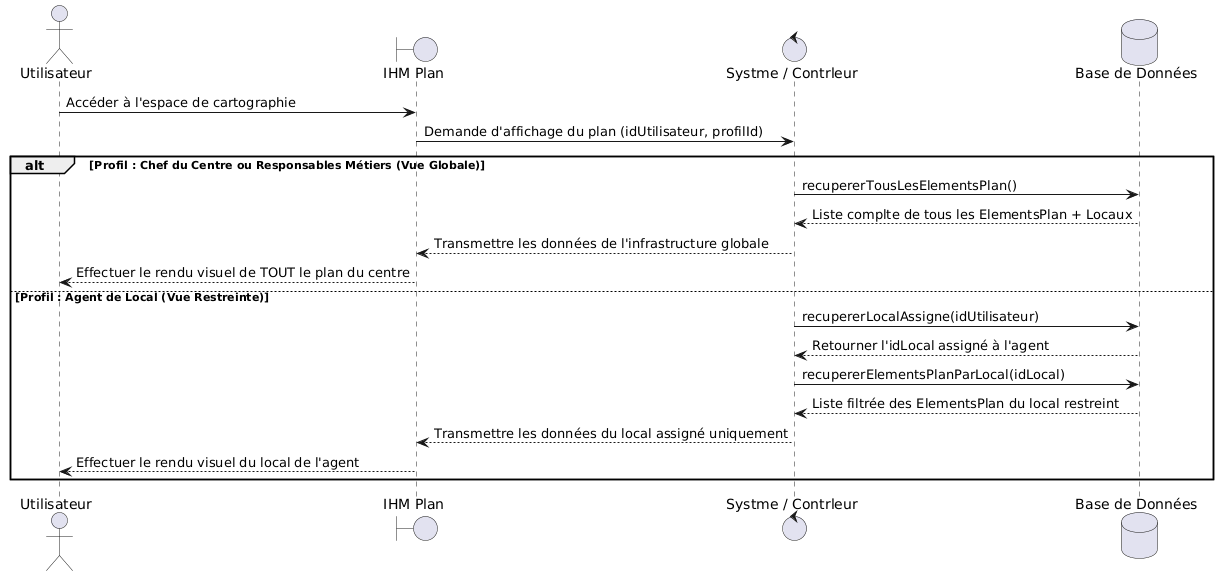
Before: assets/seq_voir_plan.png, a diagram exported from PlantUML (HamdiMohamedAli/STEG-Immobilisation-Project).
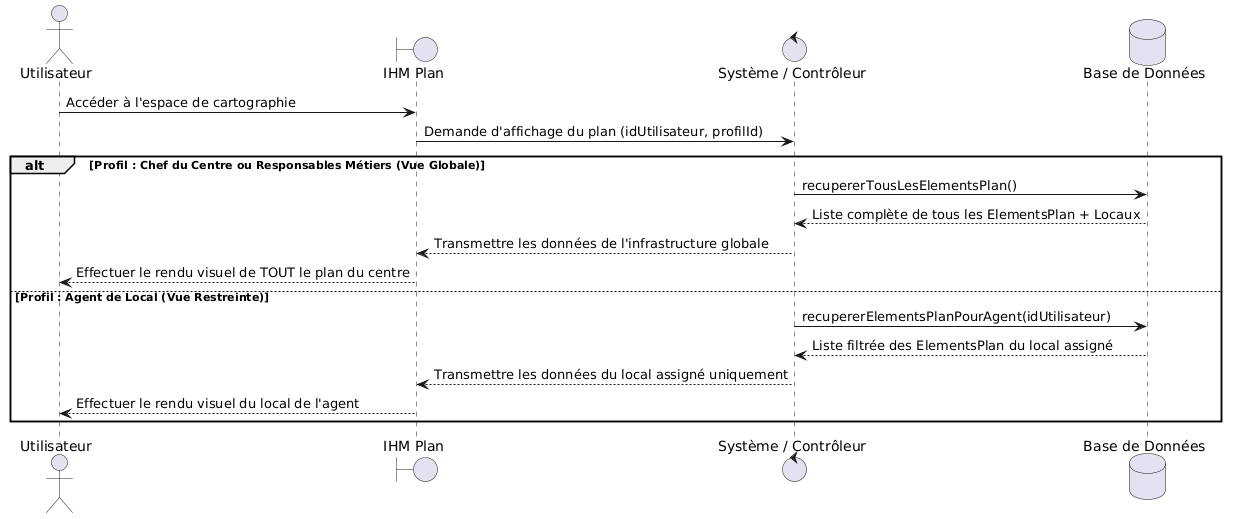
After the commit.

Change to the diagram source:
```diff
@@ -14,10 +14,8 @@
     IHM --> Utilisateur: Effectuer le rendu visuel de TOUT le plan du centre
 
 else Profil : Agent de Local (Vue Restreinte)
-    Sys -> BDD: recupererLocalAssigne(idUtilisateur)
-    BDD --> Sys: Retourner l'idLocal assigné à l'agent
-    Sys -> BDD: recupererElementsPlanParLocal(idLocal)
-    BDD --> Sys: Liste filtrée des ElementsPlan du local restreint
+    Sys -> BDD: recupererElementsPlanPourAgent(idUtilisateur)
+    BDD --> Sys: Liste filtrée des ElementsPlan du local assigné
     Sys --> IHM: Transmettre les données du local assigné uniquement
     IHM --> Utilisateur: Effectuer le rendu visuel du local de l'agent
 end
```
